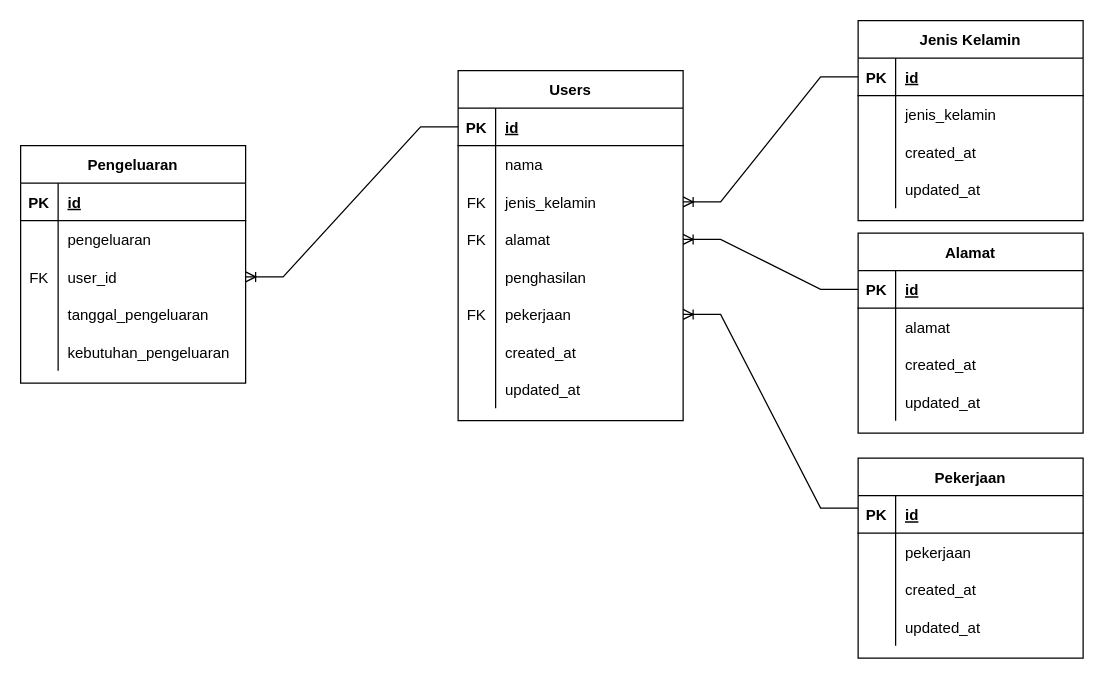
This is problem_1/Untitled Diagram.drawio from Yoga3911/alterra_section_15, a draw.io file, before an edit. Source tidied: cells renumbered, new cells numbered last; positions are measured from the earlier drawing's top-left corner, leaving out a move shared by most shapes. Both pictures are drawn from the tidied source at 125%, with x=0, y=0 at pixel (20, 20).
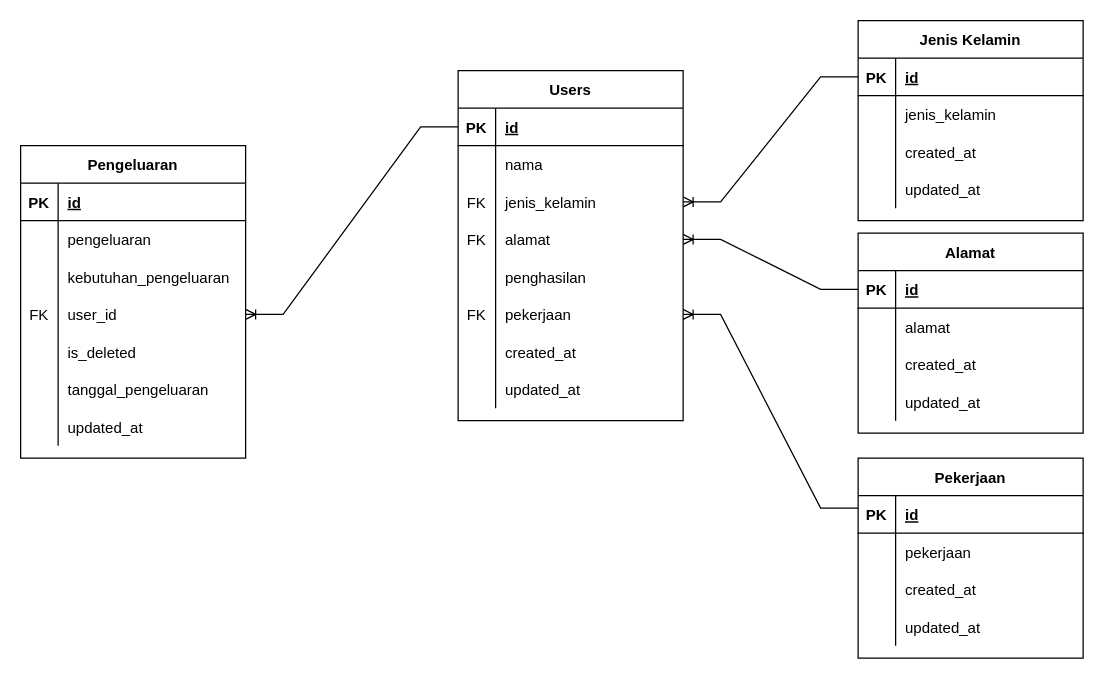
The same page after the edit.

Diff of the diagram source:
```diff
@@
     <mxCell id="41" value="Pengeluaran" style="shape=table;startSize=30;childLayout=tableLayout;rowLines=0;fontStyle=1;align=center;" parent="1" vertex="1">
-      <mxGeometry y="100" width="180" height="190" as="geometry" />
+      <mxGeometry y="100" width="180" height="250" as="geometry" />
     </mxCell>
@@
+    <mxCell id="54" style="shape=tableRow;horizontal=0;startSize=0;swimlaneHead=0;swimlaneBody=0;fillColor=none;top=0;left=0;right=0;bottom=0;" parent="41" vertex="1">
+      <mxGeometry y="90" width="180" height="30" as="geometry" />
+    </mxCell>
+    <mxCell id="55" style="shape=partialRectangle;fillColor=none;top=0;left=0;bottom=0;right=0;overflow=hidden;" parent="54" vertex="1">
+      <mxGeometry width="30" height="30" as="geometry" />
+    </mxCell>
+    <mxCell id="56" value="kebutuhan_pengeluaran" style="shape=partialRectangle;fillColor=none;top=0;left=0;bottom=0;right=0;align=left;spacingLeft=6;overflow=hidden;" parent="54" vertex="1">
+      <mxGeometry x="30" width="150" height="30" as="geometry" />
+    </mxCell>
     <mxCell id="48" style="shape=tableRow;horizontal=0;startSize=0;swimlaneHead=0;swimlaneBody=0;fillColor=none;points=[[0,0.5],[1,0.5]];portConstraint=eastwest;top=0;left=0;right=0;bottom=0;" parent="41" vertex="1">
-      <mxGeometry y="90" width="180" height="30" as="geometry" />
+      <mxGeometry y="120" width="180" height="30" as="geometry" />
     </mxCell>
@@
+    <mxCell id="86" style="shape=tableRow;horizontal=0;startSize=0;swimlaneHead=0;swimlaneBody=0;fillColor=none;top=0;left=0;right=0;bottom=0;" parent="41" vertex="1">
+      <mxGeometry y="150" width="180" height="30" as="geometry" />
+    </mxCell>
+    <mxCell id="87" style="shape=partialRectangle;fillColor=none;top=0;left=0;bottom=0;right=0;overflow=hidden;" parent="86" vertex="1">
+      <mxGeometry width="30" height="30" as="geometry" />
+    </mxCell>
+    <mxCell id="88" value="is_deleted" style="shape=partialRectangle;fillColor=none;top=0;left=0;bottom=0;right=0;align=left;spacingLeft=6;overflow=hidden;" parent="86" vertex="1">
+      <mxGeometry x="30" width="150" height="30" as="geometry" />
+    </mxCell>
     <mxCell id="51" style="shape=tableRow;horizontal=0;startSize=0;swimlaneHead=0;swimlaneBody=0;fillColor=none;top=0;left=0;right=0;bottom=0;" parent="41" vertex="1">
-      <mxGeometry y="120" width="180" height="30" as="geometry" />
+      <mxGeometry y="180" width="180" height="30" as="geometry" />
     </mxCell>
@@
-    <mxCell id="54" style="shape=tableRow;horizontal=0;startSize=0;swimlaneHead=0;swimlaneBody=0;fillColor=none;top=0;left=0;right=0;bottom=0;" parent="41" vertex="1">
-      <mxGeometry y="150" width="180" height="30" as="geometry" />
-    </mxCell>
-    <mxCell id="55" style="shape=partialRectangle;fillColor=none;top=0;left=0;bottom=0;right=0;overflow=hidden;" parent="54" vertex="1">
-      <mxGeometry width="30" height="30" as="geometry" />
-    </mxCell>
-    <mxCell id="56" value="kebutuhan_pengeluaran" style="shape=partialRectangle;fillColor=none;top=0;left=0;bottom=0;right=0;align=left;spacingLeft=6;overflow=hidden;" parent="54" vertex="1">
-      <mxGeometry x="30" width="150" height="30" as="geometry" />
-    </mxCell>
+    <mxCell id="89" style="shape=tableRow;horizontal=0;startSize=0;swimlaneHead=0;swimlaneBody=0;fillColor=none;top=0;left=0;right=0;bottom=0;" parent="41" vertex="1">
+      <mxGeometry y="210" width="180" height="30" as="geometry" />
+    </mxCell>
+    <mxCell id="90" style="shape=partialRectangle;fillColor=none;top=0;left=0;bottom=0;right=0;overflow=hidden;" parent="89" vertex="1">
+      <mxGeometry width="30" height="30" as="geometry" />
+    </mxCell>
+    <mxCell id="91" value="updated_at" style="shape=partialRectangle;fillColor=none;top=0;left=0;bottom=0;right=0;align=left;spacingLeft=6;overflow=hidden;" parent="89" vertex="1">
+      <mxGeometry x="30" width="150" height="30" as="geometry" />
+    </mxCell>
```
